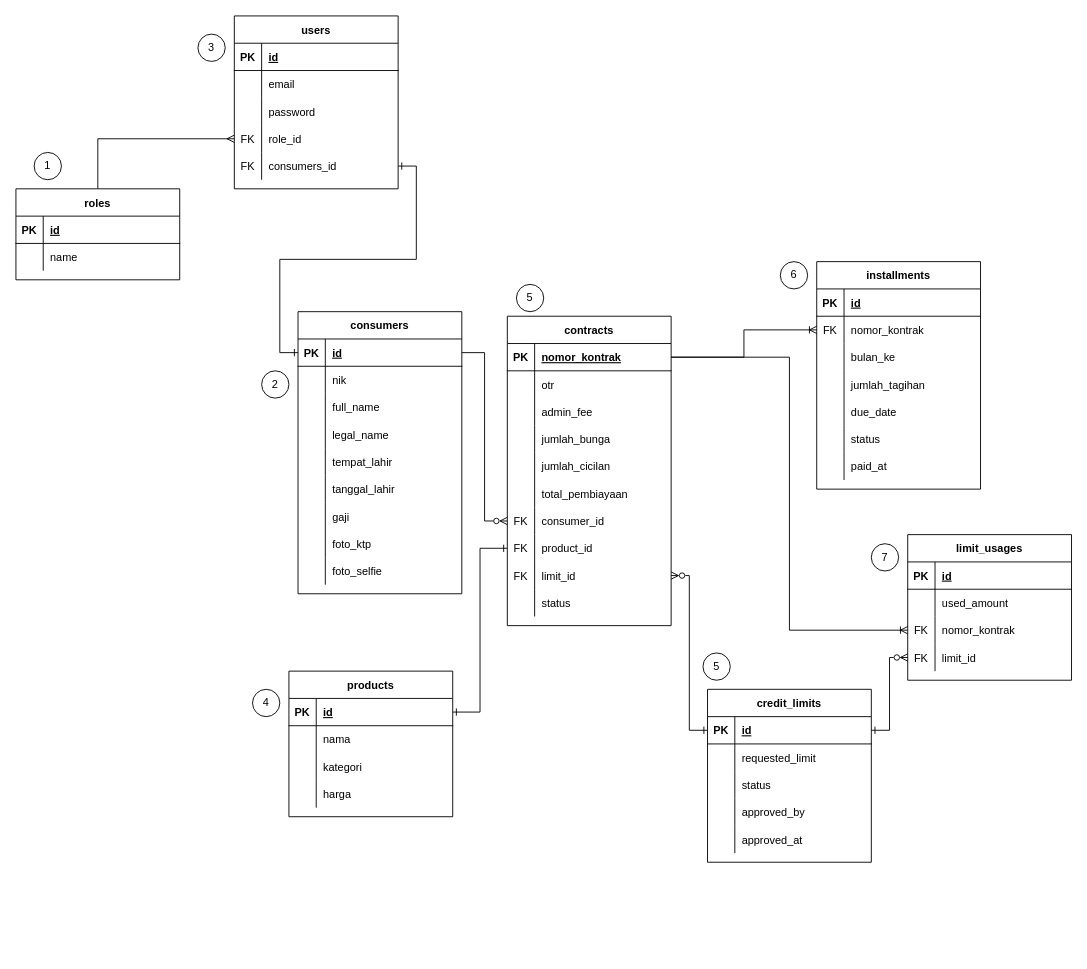
skyespirates/sikmatek keeps this draw.io diagram as page "ERD" (2 of 4) of docs/docs.drawio. Above is the earlier version. Source tidied: cells renumbered, new cells numbered last; positions are measured from the earlier drawing's top-left corner, leaving out a move shared by most shapes. Both pictures are drawn from the tidied source at 91%, with x=0, y=0 at pixel (15, 15).
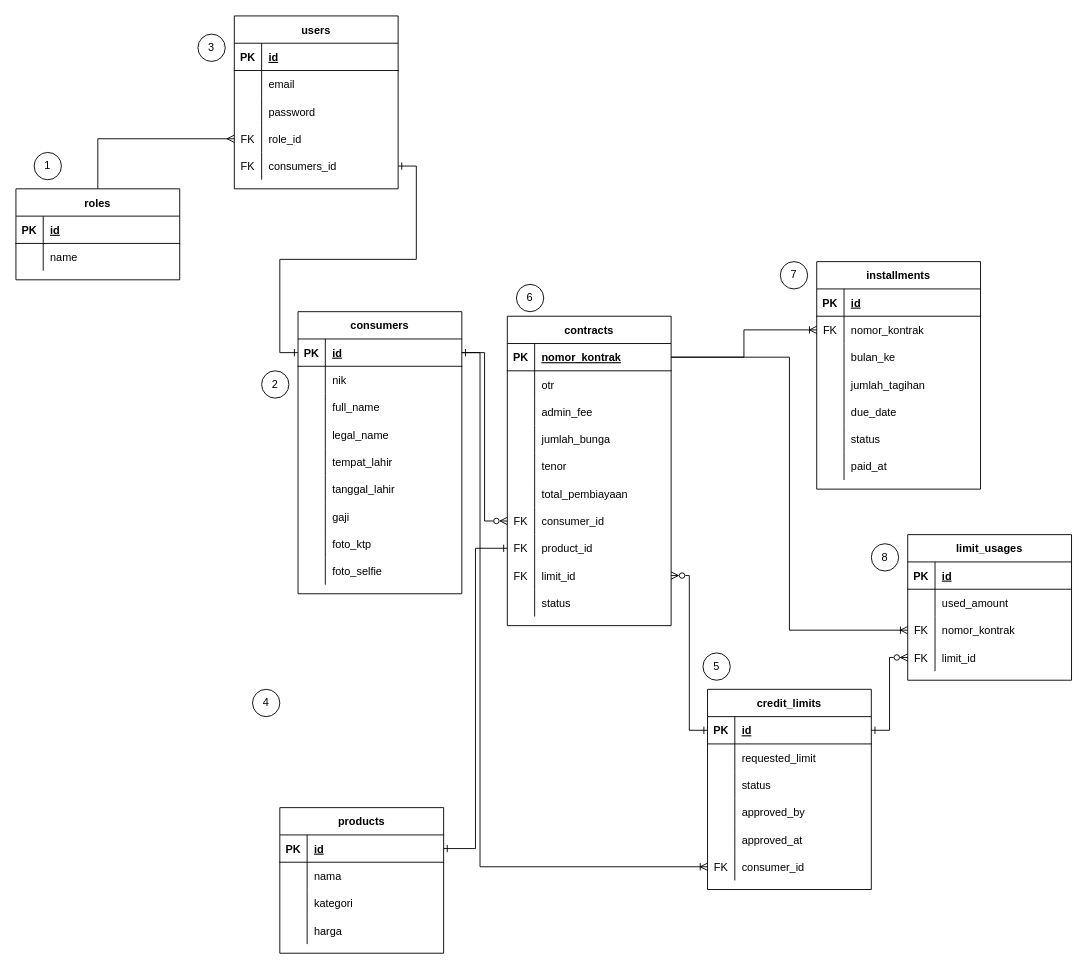
Above is the later version.

The change refers to these unchanged cells:
```xml
<mxCell id="3" style="shape=partialRectangle;fillColor=none;top=0;left=0;bottom=1;right=0;points=[[0,0.5],[1,0.5]];portConstraint=eastwest;" parent="2" vertex="1">
  <mxGeometry y="30" width="180" height="30" as="geometry" />
</mxCell>
<mxCell id="72" style="shape=partialRectangle;fillColor=none;top=0;left=0;bottom=0;right=0;" parent="59" vertex="1">
  <mxGeometry y="150" width="180" height="30" as="geometry" />
</mxCell>
```

Change to the diagram source:
```diff
@@
     <mxCell id="30" value="credit_limits" style="shape=table;startSize=30;childLayout=tableLayout;rowLines=0;fontStyle=1;align=center;" parent="1" vertex="1">
-      <mxGeometry x="760" y="740" width="180" height="190" as="geometry" />
+      <mxGeometry x="760" y="740" width="180" height="220" as="geometry" />
     </mxCell>
@@
+    <mxCell id="164" style="shape=partialRectangle;fillColor=none;top=0;left=0;bottom=0;right=0;points=[[0,0.5],[1,0.5]];portConstraint=eastwest;" parent="30" vertex="1">
+      <mxGeometry y="180" width="180" height="30" as="geometry" />
+    </mxCell>
+    <mxCell id="165" value="FK" style="shape=partialRectangle;fillColor=none;top=0;left=0;bottom=0;right=0;overflow=hidden;" parent="164" vertex="1">
+      <mxGeometry width="30" height="30" as="geometry" />
+    </mxCell>
+    <mxCell id="166" value="consumer_id" style="shape=partialRectangle;fillColor=none;top=0;left=0;bottom=0;right=0;align=left;spacingLeft=6;overflow=hidden;" parent="164" vertex="1">
+      <mxGeometry x="30" width="150" height="30" as="geometry" />
+    </mxCell>
     <mxCell id="46" value="products" style="shape=table;startSize=30;childLayout=tableLayout;rowLines=0;fontStyle=1;align=center;" parent="1" vertex="1">
-      <mxGeometry x="300" y="720" width="180" height="160" as="geometry" />
+      <mxGeometry x="290" y="870" width="180" height="160" as="geometry" />
     </mxCell>
@@
-    <mxCell id="74" value="jumlah_cicilan" style="shape=partialRectangle;fillColor=none;top=0;left=0;bottom=0;right=0;align=left;spacingLeft=6;overflow=hidden;" parent="72" vertex="1">
+    <mxCell id="74" value="tenor" style="shape=partialRectangle;fillColor=none;top=0;left=0;bottom=0;right=0;align=left;spacingLeft=6;overflow=hidden;" parent="72" vertex="1">
       <mxGeometry x="30" width="150" height="30" as="geometry" />
     </mxCell>
@@
-    <mxCell id="160" value="5" style="ellipse;whiteSpace=wrap;html=1;" parent="1" vertex="1">
+    <mxCell id="160" value="6" style="ellipse;whiteSpace=wrap;html=1;" parent="1" vertex="1">
       <mxGeometry x="550" y="295" width="30" height="30" as="geometry" />
     </mxCell>
@@
-    <mxCell id="162" value="7" style="ellipse;whiteSpace=wrap;html=1;" parent="1" vertex="1">
+    <mxCell id="162" value="8" style="ellipse;whiteSpace=wrap;html=1;" parent="1" vertex="1">
       <mxGeometry x="940" y="580" width="30" height="30" as="geometry" />
     </mxCell>
-    <mxCell id="163" value="6" style="ellipse;whiteSpace=wrap;html=1;" parent="1" vertex="1">
+    <mxCell id="163" value="7" style="ellipse;whiteSpace=wrap;html=1;" parent="1" vertex="1">
       <mxGeometry x="840" y="270" width="30" height="30" as="geometry" />
     </mxCell>
+    <mxCell id="167" style="edgeStyle=orthogonalEdgeStyle;rounded=0;jettySize=auto;html=1;entryX=0;entryY=0.5;entryDx=0;entryDy=0;startArrow=ERone;startFill=0;endArrow=ERoneToMany;endFill=0;" parent="1" edge="1" source="3" target="164">
+      <mxGeometry relative="1" as="geometry">
+        <Array as="points">
+          <mxPoint x="510" y="370" />
+          <mxPoint x="510" y="935" />
+        </Array>
+      </mxGeometry>
+    </mxCell>
```
